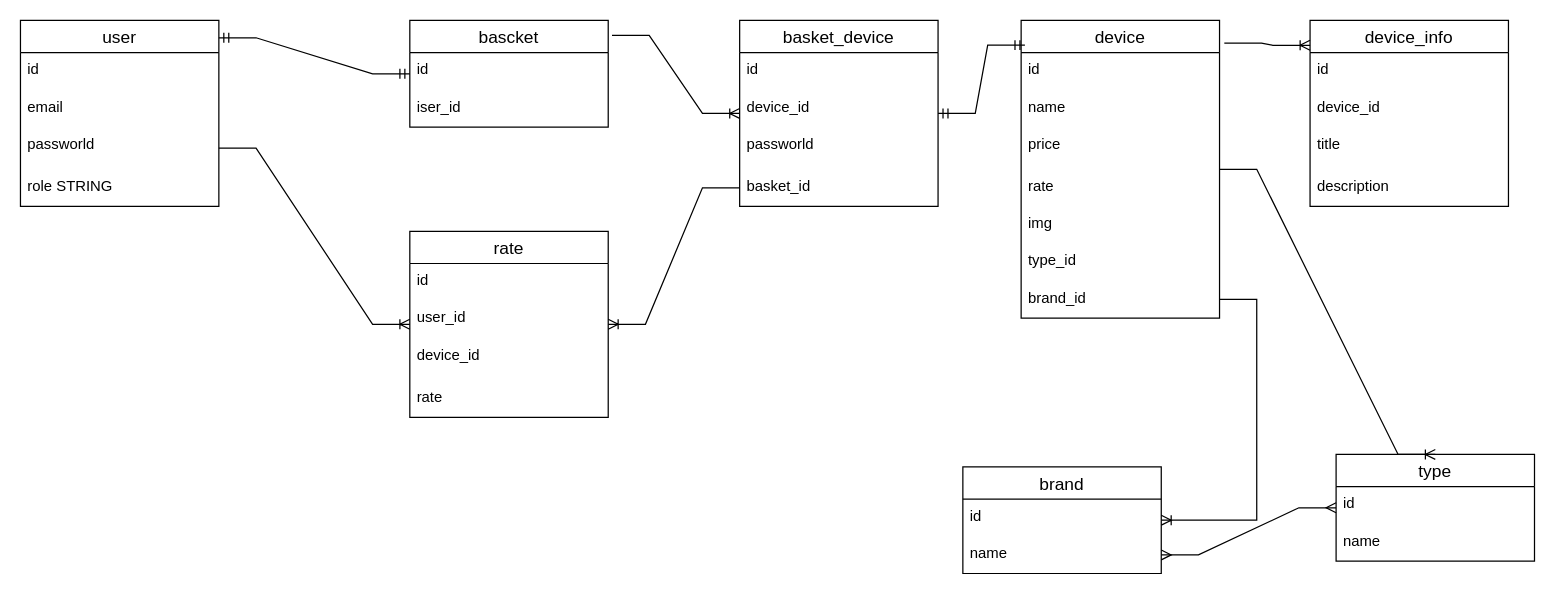
zaxel/react_simple_shop keeps this draw.io diagram as server/models/db_diagram.drawio. Above is the earlier version. Source tidied: cells renumbered, new cells numbered last; positions are measured from the earlier drawing's top-left corner, leaving out a move shared by most shapes. Both pictures are drawn from the tidied source at 124%, with x=0, y=0 at pixel (20, 20).
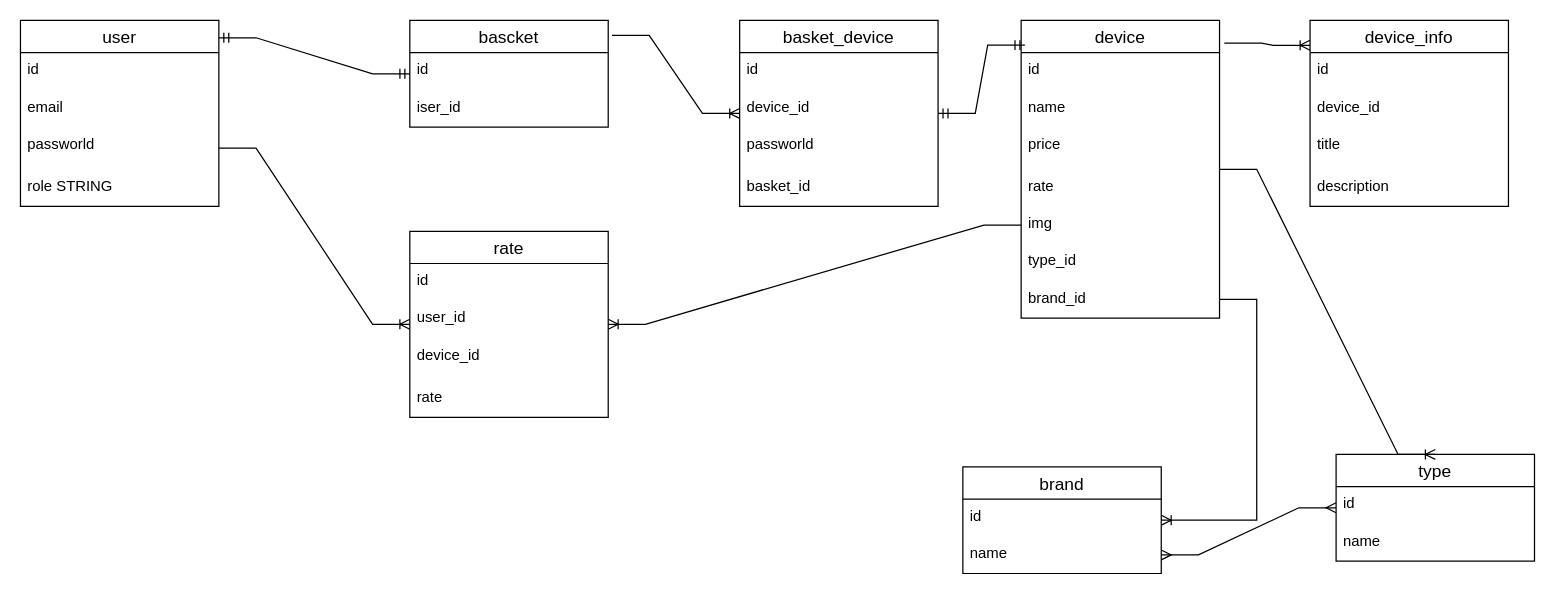
The same diagram, later.

Commit message:
db diagram corrected

The change refers to these unchanged cells:
```xml
<mxCell id="16" value="img" style="text;strokeColor=none;fillColor=none;spacingLeft=4;spacingRight=4;overflow=hidden;points=[[0,0.5],[1,0.5]];portConstraint=eastwest;fontSize=12;" parent="11" vertex="1">
  <mxGeometry y="150" width="160" height="30" as="geometry" />
</mxCell>
<mxCell id="38" value="basket_id" style="text;strokeColor=none;fillColor=none;spacingLeft=4;spacingRight=4;overflow=hidden;points=[[0,0.5],[1,0.5]];portConstraint=eastwest;fontSize=12;" parent="34" vertex="1">
  <mxGeometry y="120" width="160" height="30" as="geometry" />
</mxCell>
<mxCell id="41" value="rate" style="swimlane;fontStyle=0;horizontal=1;startSize=26;align=center;fontSize=14;" parent="1" vertex="1">
  <mxGeometry x="314" y="170" width="160" height="150" as="geometry" />
</mxCell>
```

Change to the diagram source:
```diff
@@
-    <mxCell id="47" style="edgeStyle=entityRelationEdgeStyle;fontSize=12;html=1;endArrow=ERoneToMany;rounded=0;" parent="1" edge="1" source="38" target="41">
+    <mxCell id="47" style="edgeStyle=entityRelationEdgeStyle;fontSize=12;html=1;endArrow=ERoneToMany;rounded=0;exitX=0;exitY=0.5;exitDx=0;exitDy=0;" parent="1" edge="1" source="16" target="41">
       <mxGeometry relative="1" as="geometry" />
     </mxCell>
```
